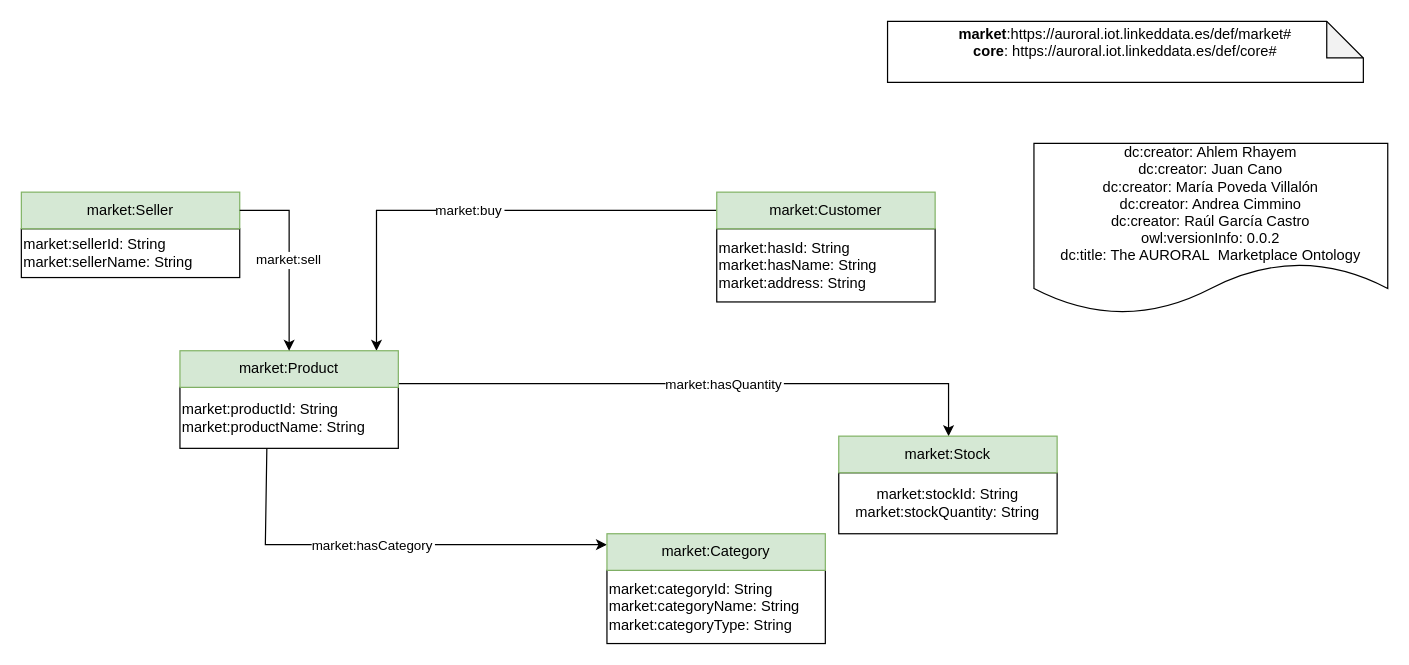
oeg-upm/AURORAL-marketplace-ontology keeps this draw.io diagram as diagrams/marketplace.drawio. Above is the earlier version. Source tidied: cells renumbered, new cells numbered last; positions are measured from the earlier drawing's top-left corner, leaving out a move shared by most shapes. Both pictures are drawn from the tidied source at 122%, with x=0, y=0 at pixel (21, 21).
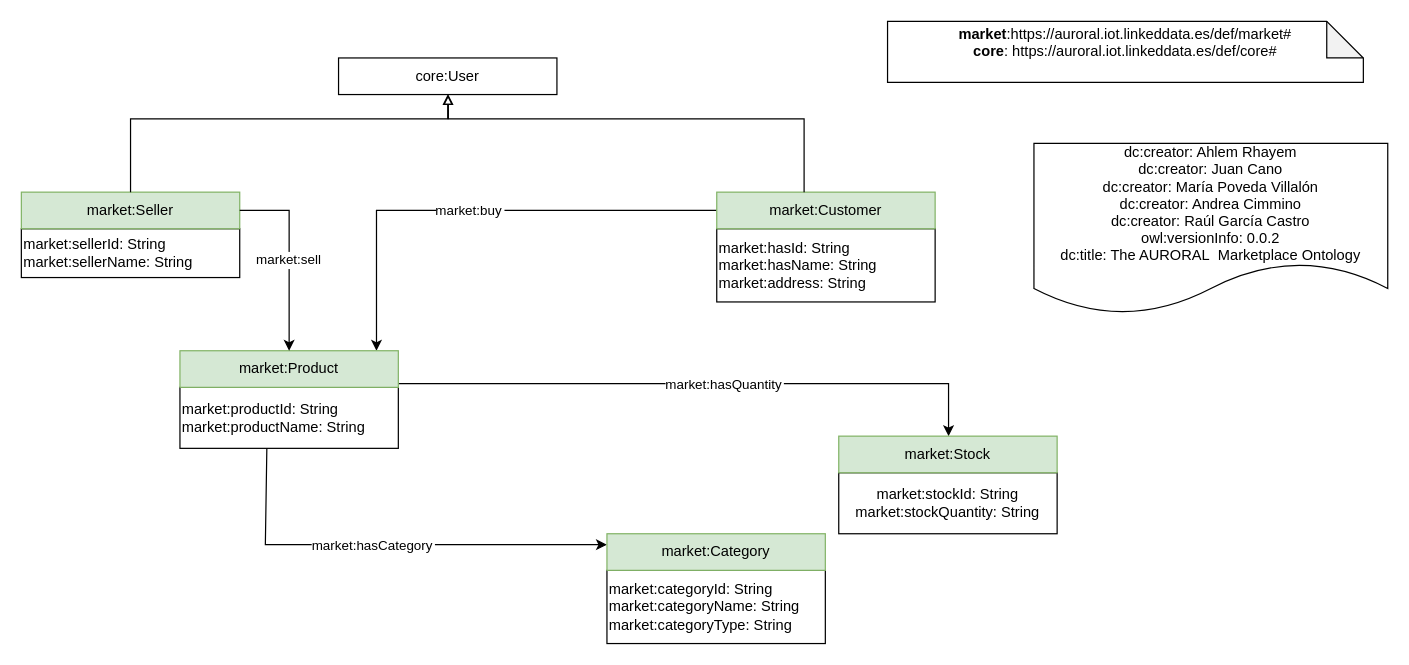
The same diagram, later.

The change refers to these unchanged cells:
```xml
<mxCell id="8" value="market:Customer" style="rounded=0;whiteSpace=wrap;html=1;snapToPoint=1;points=[[0.1,0],[0.2,0],[0.3,0],[0.4,0],[0.5,0],[0.6,0],[0.7,0],[0.8,0],[0.9,0],[0,0.1],[0,0.3],[0,0.5],[0,0.7],[0,0.9],[0.1,1],[0.2,1],[0.3,1],[0.4,1],[0.5,1],[0.6,1],[0.7,1],[0.8,1],[0.9,1],[1,0.1],[1,0.3],[1,0.5],[1,0.7],[1,0.9]];fillColor=#d5e8d4;strokeColor=#82b366;" parent="1" vertex="1">
  <mxGeometry x="570" y="140" width="179" height="30" as="geometry" />
</mxCell>
<mxCell id="12" value="market:Seller" style="rounded=0;whiteSpace=wrap;html=1;snapToPoint=1;points=[[0.1,0],[0.2,0],[0.3,0],[0.4,0],[0.5,0],[0.6,0],[0.7,0],[0.8,0],[0.9,0],[0,0.1],[0,0.3],[0,0.5],[0,0.7],[0,0.9],[0.1,1],[0.2,1],[0.3,1],[0.4,1],[0.5,1],[0.6,1],[0.7,1],[0.8,1],[0.9,1],[1,0.1],[1,0.3],[1,0.5],[1,0.7],[1,0.9]];fillColor=#d5e8d4;strokeColor=#82b366;" parent="1" vertex="1">
  <mxGeometry y="140" width="179" height="30" as="geometry" />
</mxCell>
```

Change to the diagram source:
```diff
@@
+    <mxCell id="18" value="core:User" style="rounded=0;whiteSpace=wrap;html=1;snapToPoint=1;points=[[0.1,0],[0.2,0],[0.3,0],[0.4,0],[0.5,0],[0.6,0],[0.7,0],[0.8,0],[0.9,0],[0,0.1],[0,0.3],[0,0.5],[0,0.7],[0,0.9],[0.1,1],[0.2,1],[0.3,1],[0.4,1],[0.5,1],[0.6,1],[0.7,1],[0.8,1],[0.9,1],[1,0.1],[1,0.3],[1,0.5],[1,0.7],[1,0.9]];" parent="1" vertex="1">
+      <mxGeometry x="260" y="30" width="179" height="30" as="geometry" />
+    </mxCell>
+    <mxCell id="19" style="edgeStyle=orthogonalEdgeStyle;rounded=0;jettySize=auto;html=1;fontSize=11;endArrow=block;endFill=0;exitX=0.4;exitY=0;exitDx=0;exitDy=0;" parent="1" edge="1" source="8">
+      <mxGeometry relative="1" as="geometry">
+        <mxPoint x="350" y="60" as="targetPoint" />
+        <Array as="points">
+          <mxPoint x="642" y="80" />
+          <mxPoint x="350" y="80" />
+        </Array>
+      </mxGeometry>
+    </mxCell>
+    <mxCell id="20" style="edgeStyle=orthogonalEdgeStyle;rounded=0;jettySize=auto;html=1;fontSize=11;endArrow=block;endFill=0;exitX=0.5;exitY=0;exitDx=0;exitDy=0;entryX=0.5;entryY=1;entryDx=0;entryDy=0;" parent="1" edge="1" source="12" target="18">
+      <mxGeometry relative="1" as="geometry">
+        <Array as="points">
+          <mxPoint x="90" y="80" />
+          <mxPoint x="350" y="80" />
+        </Array>
+      </mxGeometry>
+    </mxCell>
```
